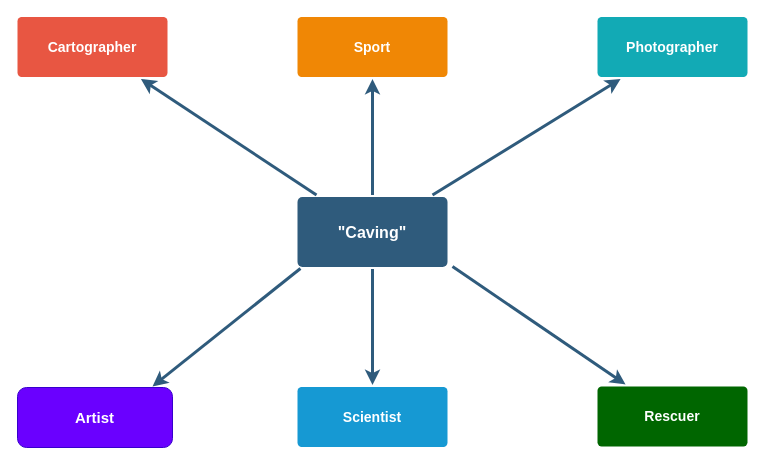
Before: CavingBranches.drawio in socalgrotto/diagrams, a draw.io diagram. Source tidied: cells renumbered, new cells numbered last; positions are measured from the earlier drawing's top-left corner, leaving out a move shared by most shapes. Both pictures are drawn from the tidied source at 100%, with x=0, y=0 at pixel (17, 16).
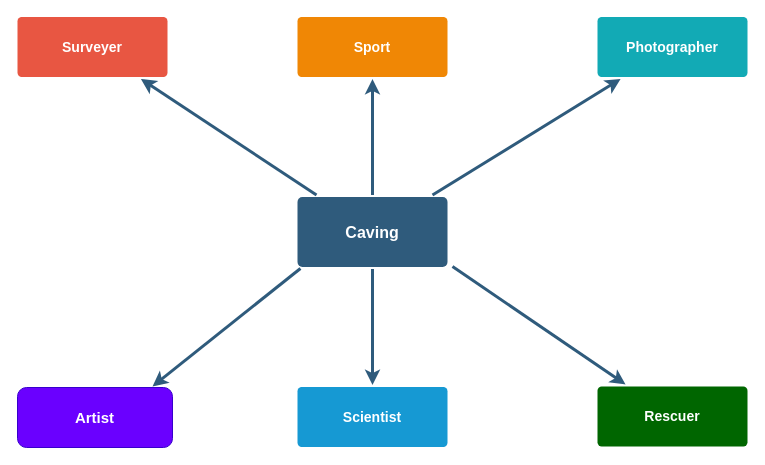
After the change.

Commit message:
Removed unnecessary quotes

Diff of the diagram source:
```diff
@@
 <mxGraphModel background="#ffffff">
   <root>
     <mxCell id="0" />
     <mxCell id="1" parent="0" />
     <mxCell id="2" style="edgeStyle=none;rounded=0;jumpStyle=none;html=1;shadow=0;labelBackgroundColor=none;startArrow=none;startFill=0;endArrow=classic;endFill=1;jettySize=auto;strokeColor=#2F5B7C;strokeWidth=3;fontFamily=Helvetica;fontSize=16;fontColor=#23445D;spacing=5;" parent="1" edge="1" source="6" target="9">
       <mxGeometry relative="1" as="geometry" />
     </mxCell>
     <mxCell id="3" style="edgeStyle=none;rounded=0;jumpStyle=none;html=1;shadow=0;labelBackgroundColor=none;startArrow=none;startFill=0;endArrow=classic;endFill=1;jettySize=auto;strokeColor=#2F5B7C;strokeWidth=3;fontFamily=Helvetica;fontSize=16;fontColor=#23445D;spacing=5;" parent="1" edge="1" source="6" target="10">
       <mxGeometry relative="1" as="geometry" />
     </mxCell>
     <mxCell id="4" style="edgeStyle=none;rounded=0;jumpStyle=none;html=1;shadow=0;labelBackgroundColor=none;startArrow=none;startFill=0;endArrow=classic;endFill=1;jettySize=auto;strokeColor=#2F5B7C;strokeWidth=3;fontFamily=Helvetica;fontSize=16;fontColor=#23445D;spacing=5;" parent="1" edge="1" source="6" target="8">
       <mxGeometry relative="1" as="geometry" />
     </mxCell>
     <mxCell id="5" style="edgeStyle=none;rounded=0;jumpStyle=none;html=1;shadow=0;labelBackgroundColor=none;startArrow=none;startFill=0;endArrow=classic;endFill=1;jettySize=auto;strokeColor=#2F5B7C;strokeWidth=3;fontFamily=Helvetica;fontSize=16;fontColor=#23445D;spacing=5;" parent="1" edge="1" source="6" target="7">
       <mxGeometry relative="1" as="geometry" />
     </mxCell>
-    <mxCell id="6" value="&quot;Caving&quot;&lt;br&gt;" style="rounded=1;whiteSpace=wrap;html=1;shadow=0;labelBackgroundColor=none;strokeColor=none;strokeWidth=3;fillColor=#2F5B7C;fontFamily=Helvetica;fontSize=16;fontColor=#FFFFFF;align=center;fontStyle=1;spacing=5;arcSize=7;perimeterSpacing=2;direction=west;" parent="1" vertex="1">
+    <mxCell id="6" value="Caving" style="rounded=1;whiteSpace=wrap;html=1;shadow=0;labelBackgroundColor=none;strokeColor=none;strokeWidth=3;fillColor=#2F5B7C;fontFamily=Helvetica;fontSize=16;fontColor=#FFFFFF;align=center;fontStyle=1;spacing=5;arcSize=7;perimeterSpacing=2;direction=west;" parent="1" vertex="1">
       <mxGeometry x="280" y="180.5" width="150" height="70" as="geometry" />
     </mxCell>
-    <mxCell id="7" value="Cartographer" style="rounded=1;whiteSpace=wrap;html=1;shadow=0;labelBackgroundColor=none;strokeColor=none;strokeWidth=3;fillColor=#e85642;fontFamily=Helvetica;fontSize=14;fontColor=#FFFFFF;align=center;spacing=5;fontStyle=1;arcSize=7;perimeterSpacing=2;" parent="1" vertex="1">
+    <mxCell id="7" value="Surveyer" style="rounded=1;whiteSpace=wrap;html=1;shadow=0;labelBackgroundColor=none;strokeColor=none;strokeWidth=3;fillColor=#e85642;fontFamily=Helvetica;fontSize=14;fontColor=#FFFFFF;align=center;spacing=5;fontStyle=1;arcSize=7;perimeterSpacing=2;" parent="1" vertex="1">
       <mxGeometry y="0.5" width="150" height="60" as="geometry" />
     </mxCell>
     <mxCell id="8" value="Scientist" style="rounded=1;whiteSpace=wrap;html=1;shadow=0;labelBackgroundColor=none;strokeColor=none;strokeWidth=3;fillColor=#1699d3;fontFamily=Helvetica;fontSize=14;fontColor=#FFFFFF;align=center;spacing=5;fontStyle=1;arcSize=7;perimeterSpacing=2;" parent="1" vertex="1">
       <mxGeometry x="280" y="370.5" width="150" height="60" as="geometry" />
     </mxCell>
     <mxCell id="9" value="Sport" style="rounded=1;whiteSpace=wrap;html=1;shadow=0;labelBackgroundColor=none;strokeColor=none;strokeWidth=3;fillColor=#F08705;fontFamily=Helvetica;fontSize=14;fontColor=#FFFFFF;align=center;spacing=5;fontStyle=1;arcSize=7;perimeterSpacing=2;" parent="1" vertex="1">
       <mxGeometry x="280" y="0.5" width="150" height="60" as="geometry" />
     </mxCell>
     <mxCell id="10" value="Photographer" style="rounded=1;whiteSpace=wrap;html=1;shadow=0;labelBackgroundColor=none;strokeColor=none;strokeWidth=3;fillColor=#12aab5;fontFamily=Helvetica;fontSize=14;fontColor=#FFFFFF;align=center;spacing=5;fontStyle=1;arcSize=7;perimeterSpacing=2;" parent="1" vertex="1">
       <mxGeometry x="580" y="0.5" width="150" height="60" as="geometry" />
     </mxCell>
     <mxCell id="11" value="Rescuer" style="rounded=1;whiteSpace=wrap;html=1;shadow=0;labelBackgroundColor=none;strokeWidth=3;fontFamily=Helvetica;fontSize=14;align=center;spacing=5;fontStyle=1;arcSize=7;perimeterSpacing=2;fillColor=#006600;strokeColor=none;fontColor=#FFFFFF;" parent="1" vertex="1">
       <mxGeometry x="580" y="370" width="150" height="60" as="geometry" />
     </mxCell>
     <mxCell id="12" value="&lt;b&gt;&lt;font style=&quot;font-size: 15px&quot;&gt;Artist&lt;/font&gt;&lt;/b&gt;" style="rounded=1;whiteSpace=wrap;html=1;fillColor=#6a00ff;strokeColor=#3700CC;fontColor=#ffffff;" parent="1" vertex="1">
       <mxGeometry y="371" width="155" height="60" as="geometry" />
     </mxCell>
     <mxCell id="13" style="endArrow=classic;html=1;exitX=0.968;exitY=0.007;exitDx=0;exitDy=0;exitPerimeter=0;strokeWidth=3;strokeColor=#2F5B7C;entryX=0.871;entryY=-0.017;entryDx=0;entryDy=0;entryPerimeter=0;" parent="1" edge="1" source="6" target="12">
       <mxGeometry relative="1" as="geometry" />
     </mxCell>
     <mxCell id="14" style="endArrow=classic;html=1;strokeWidth=3;fillColor=#76608a;strokeColor=#2F5B7C;" parent="1" edge="1" target="11">
       <mxGeometry relative="1" as="geometry">
         <mxPoint x="435" y="250" as="sourcePoint" />
       </mxGeometry>
     </mxCell>
   </root>
 </mxGraphModel>
```
